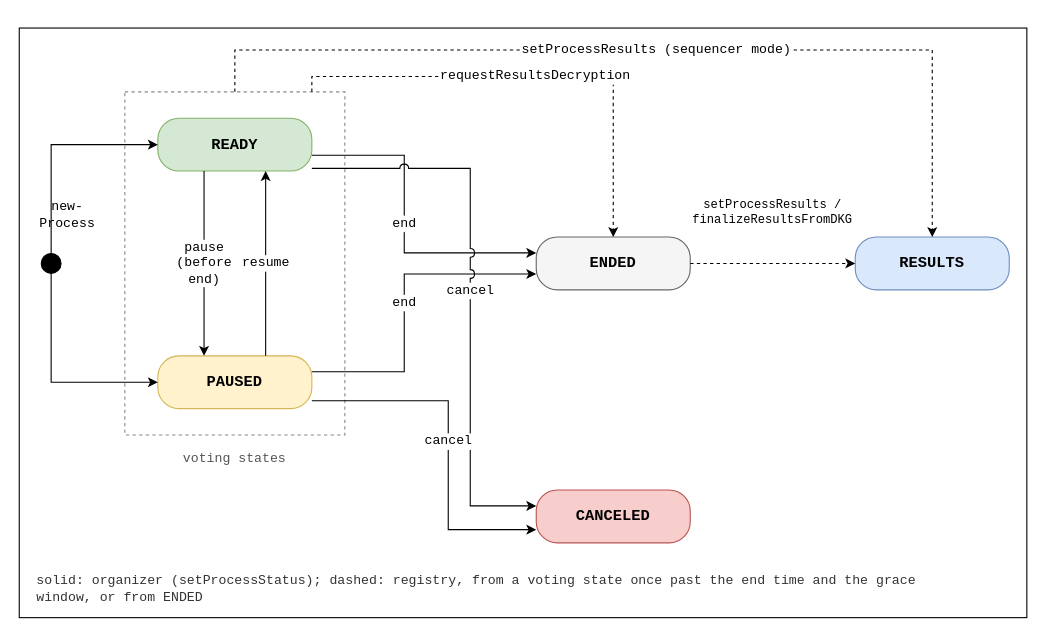
Above: v2/figures/process-status.drawio in vocdoni/davinci-paper (draw.io), before the change. Source tidied: cells renumbered, new cells numbered last; positions are measured from the earlier drawing's top-left corner, leaving out a move shared by most shapes. Both pictures are drawn from the tidied source at 110%, with x=0, y=0 at pixel (19, 28).
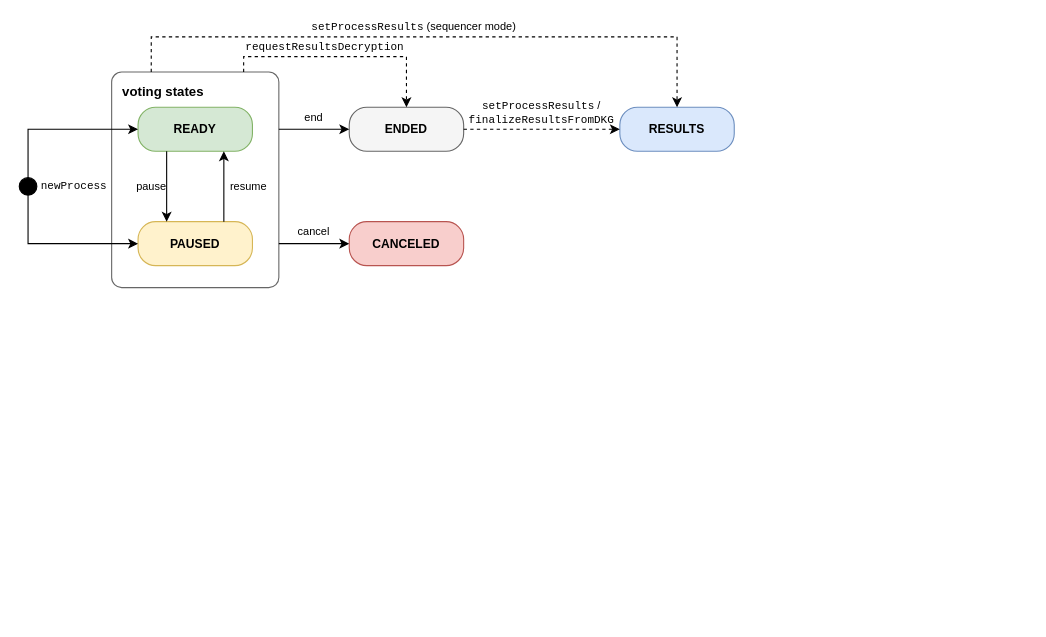
Above is the later version.

Change to the diagram source:
```diff
@@
-    <mxCell id="2" style="rounded=0;whiteSpace=wrap;html=1;fontSize=11;fillColor=none;strokeColor=#000000;fontFamily=Courier New;verticalAlign=top;align=center;spacingTop=4;spacingLeft=6;fontStyle=1;" parent="1" vertex="1">
-      <mxGeometry width="916" height="536" as="geometry" />
-    </mxCell>
-    <mxCell id="3" style="rounded=0;whiteSpace=wrap;html=1;fontSize=11;fillColor=none;strokeColor=#000000;fontFamily=Courier New;align=center;verticalAlign=middle;dashed=1;strokeColor=#888888;" parent="1" vertex="1">
-      <mxGeometry x="96" y="58" width="200" height="312" as="geometry" />
+    <mxCell id="3" value="voting states" style="rounded=1;arcSize=6;whiteSpace=wrap;html=1;fontSize=12;fillColor=none;strokeColor=#666666;fontFamily=Helvetica;verticalAlign=top;align=left;spacingTop=4;spacingLeft=8;fontStyle=1;" parent="1" vertex="1">
+      <mxGeometry x="84" y="40" width="152" height="196" as="geometry" />
     </mxCell>
-    <mxCell id="4" value="voting states" style="text;html=1;whiteSpace=wrap;fontSize=12;fontFamily=Courier New;align=center;verticalAlign=middle;fontColor=#555555;" parent="1" vertex="1">
-      <mxGeometry x="96" y="372" width="200" height="40" as="geometry" />
+    <mxCell id="4" value="&lt;b&gt;READY&lt;/b&gt;" style="rounded=1;whiteSpace=wrap;html=1;fontSize=11;fillColor=#d5e8d4;strokeColor=#82b366;strokeWidth=1;fontFamily=Helvetica;align=center;verticalAlign=middle;spacingLeft=6;spacingRight=6;spacingTop=2;spacingBottom=2;arcSize=40;" parent="1" vertex="1">
+      <mxGeometry x="108" y="72" width="104" height="40" as="geometry" />
     </mxCell>
-    <mxCell id="5" style="ellipse;fillColor=#000000;strokeColor=#000000;html=1;" parent="1" vertex="1">
-      <mxGeometry x="20" y="205" width="18" height="18" as="geometry" />
+    <mxCell id="5" value="&lt;b&gt;PAUSED&lt;/b&gt;" style="rounded=1;whiteSpace=wrap;html=1;fontSize=11;fillColor=#fff2cc;strokeColor=#d6b656;strokeWidth=1;fontFamily=Helvetica;align=center;verticalAlign=middle;spacingLeft=6;spacingRight=6;spacingTop=2;spacingBottom=2;arcSize=40;" parent="1" vertex="1">
+      <mxGeometry x="108" y="176" width="104" height="40" as="geometry" />
     </mxCell>
-    <mxCell id="6" value="&lt;b&gt;READY&lt;/b&gt;" style="rounded=1;whiteSpace=wrap;html=1;fontSize=14;fillColor=#d5e8d4;strokeColor=#82b366;fontFamily=Courier New;align=center;verticalAlign=middle;arcSize=40;" parent="1" vertex="1">
-      <mxGeometry x="126" y="82" width="140" height="48" as="geometry" />
+    <mxCell id="6" value="&lt;b&gt;ENDED&lt;/b&gt;" style="rounded=1;whiteSpace=wrap;html=1;fontSize=11;fillColor=#f5f5f5;strokeColor=#666666;strokeWidth=1;fontFamily=Helvetica;align=center;verticalAlign=middle;spacingLeft=6;spacingRight=6;spacingTop=2;spacingBottom=2;arcSize=40;" parent="1" vertex="1">
+      <mxGeometry x="300" y="72" width="104" height="40" as="geometry" />
     </mxCell>
-    <mxCell id="7" value="&lt;b&gt;PAUSED&lt;/b&gt;" style="rounded=1;whiteSpace=wrap;html=1;fontSize=14;fillColor=#fff2cc;strokeColor=#d6b656;fontFamily=Courier New;align=center;verticalAlign=middle;arcSize=40;" parent="1" vertex="1">
-      <mxGeometry x="126" y="298" width="140" height="48" as="geometry" />
+    <mxCell id="7" value="&lt;b&gt;CANCELED&lt;/b&gt;" style="rounded=1;whiteSpace=wrap;html=1;fontSize=11;fillColor=#f8cecc;strokeColor=#b85450;strokeWidth=1;fontFamily=Helvetica;align=center;verticalAlign=middle;spacingLeft=6;spacingRight=6;spacingTop=2;spacingBottom=2;arcSize=40;" parent="1" vertex="1">
+      <mxGeometry x="300" y="176" width="104" height="40" as="geometry" />
     </mxCell>
-    <mxCell id="8" value="&lt;b&gt;ENDED&lt;/b&gt;" style="rounded=1;whiteSpace=wrap;html=1;fontSize=14;fillColor=#f5f5f5;strokeColor=#666666;fontFamily=Courier New;align=center;verticalAlign=middle;arcSize=40;" parent="1" vertex="1">
-      <mxGeometry x="470" y="190" width="140" height="48" as="geometry" />
+    <mxCell id="8" value="&lt;b&gt;RESULTS&lt;/b&gt;" style="rounded=1;whiteSpace=wrap;html=1;fontSize=11;fillColor=#dae8fc;strokeColor=#6c8ebf;strokeWidth=1;fontFamily=Helvetica;align=center;verticalAlign=middle;spacingLeft=6;spacingRight=6;spacingTop=2;spacingBottom=2;arcSize=40;" parent="1" vertex="1">
+      <mxGeometry x="546" y="72" width="104" height="40" as="geometry" />
     </mxCell>
-    <mxCell id="9" value="&lt;b&gt;CANCELED&lt;/b&gt;" style="rounded=1;whiteSpace=wrap;html=1;fontSize=14;fillColor=#f8cecc;strokeColor=#b85450;fontFamily=Courier New;align=center;verticalAlign=middle;arcSize=40;" parent="1" vertex="1">
-      <mxGeometry x="470" y="420" width="140" height="48" as="geometry" />
+    <mxCell id="9" style="ellipse;fillColor=#000000;strokeColor=#000000;html=1;" parent="1" vertex="1">
+      <mxGeometry y="136" width="16" height="16" as="geometry" />
     </mxCell>
-    <mxCell id="10" value="&lt;b&gt;RESULTS&lt;/b&gt;" style="rounded=1;whiteSpace=wrap;html=1;fontSize=14;fillColor=#dae8fc;strokeColor=#6c8ebf;fontFamily=Courier New;align=center;verticalAlign=middle;arcSize=40;" parent="1" vertex="1">
-      <mxGeometry x="760" y="190" width="140" height="48" as="geometry" />
+    <mxCell id="10" style="edgeStyle=orthogonalEdgeStyle;rounded=0;html=1;endArrow=classic;startArrow=none;endSize=6;startSize=6;fontSize=10;fontFamily=Helvetica;strokeColor=#000000;strokeWidth=1;labelBackgroundColor=#ffffff;exitX=0.5;exitY=0;exitDx=0;exitDy=0;entryX=0;entryY=0.5;entryDx=0;entryDy=0;" parent="1" edge="1" source="9" target="4">
+      <mxGeometry relative="1" as="geometry">
+        <Array as="points">
+          <mxPoint x="8" y="92" />
+        </Array>
+      </mxGeometry>
     </mxCell>
-    <mxCell id="11" style="edgeStyle=orthogonalEdgeStyle;rounded=0;html=1;endArrow=classic;startArrow=none;endSize=6;startSize=6;fontSize=12;fontFamily=Courier New;strokeColor=#000000;strokeWidth=1;labelBackgroundColor=#ffffff;exitX=0.5;exitY=0;exitDx=0;exitDy=0;entryX=0;entryY=0.5;entryDx=0;entryDy=0;" parent="1" edge="1" source="5" target="6">
+    <mxCell id="11" style="edgeStyle=orthogonalEdgeStyle;rounded=0;html=1;endArrow=classic;startArrow=none;endSize=6;startSize=6;fontSize=10;fontFamily=Helvetica;strokeColor=#000000;strokeWidth=1;labelBackgroundColor=#ffffff;exitX=0.5;exitY=1;exitDx=0;exitDy=0;entryX=0;entryY=0.5;entryDx=0;entryDy=0;" parent="1" edge="1" source="9" target="5">
       <mxGeometry relative="1" as="geometry">
         <Array as="points">
-          <mxPoint x="29" y="106" />
+          <mxPoint x="8" y="196" />
         </Array>
       </mxGeometry>
     </mxCell>
-    <mxCell id="12" style="edgeStyle=orthogonalEdgeStyle;rounded=0;html=1;endArrow=classic;startArrow=none;endSize=6;startSize=6;fontSize=12;fontFamily=Courier New;strokeColor=#000000;strokeWidth=1;labelBackgroundColor=#ffffff;exitX=0.5;exitY=1;exitDx=0;exitDy=0;entryX=0;entryY=0.5;entryDx=0;entryDy=0;" parent="1" edge="1" source="5" target="7">
-      <mxGeometry relative="1" as="geometry">
-        <Array as="points">
-          <mxPoint x="29" y="322" />
-        </Array>
-      </mxGeometry>
+    <mxCell id="12" value="&lt;font face=&quot;Courier New&quot;&gt;newProcess&lt;/font&gt;" style="text;html=1;whiteSpace=wrap;fontSize=10;fontFamily=Helvetica;align=left;verticalAlign=middle;fontColor=#000000;spacing=0;" parent="1" vertex="1">
+      <mxGeometry x="20" y="137" width="60" height="14" as="geometry" />
     </mxCell>
-    <mxCell id="13" value="new-&lt;br&gt;Process" style="text;html=1;whiteSpace=wrap;fontSize=12;fontFamily=Courier New;align=center;verticalAlign=middle;fontColor=#000000;" parent="1" vertex="1">
-      <mxGeometry x="4" y="150" width="80" height="40" as="geometry" />
+    <mxCell id="13" style="edgeStyle=orthogonalEdgeStyle;rounded=0;html=1;endArrow=classic;startArrow=none;endSize=6;startSize=6;fontSize=10;fontFamily=Helvetica;strokeColor=#000000;strokeWidth=1;labelBackgroundColor=#ffffff;exitX=0.25;exitY=1;exitDx=0;exitDy=0;entryX=0.25;entryY=0;entryDx=0;entryDy=0;" parent="1" edge="1" source="4" target="5">
+      <mxGeometry relative="1" as="geometry" />
     </mxCell>
-    <mxCell id="14" value="pause&lt;br&gt;(before&lt;br&gt;end)" style="edgeStyle=orthogonalEdgeStyle;rounded=0;html=1;endArrow=classic;startArrow=none;endSize=6;startSize=6;fontSize=12;fontFamily=Courier New;strokeColor=#000000;strokeWidth=1;labelBackgroundColor=#ffffff;exitX=0.3;exitY=1;exitDx=0;exitDy=0;entryX=0.3;entryY=0;entryDx=0;entryDy=0;" parent="1" edge="1" source="6" target="7">
-      <mxGeometry relative="1" as="geometry" />
+    <mxCell id="14" value="pause" style="text;html=1;whiteSpace=wrap;fontSize=10;fontFamily=Helvetica;align=right;verticalAlign=middle;fontColor=#000000;spacing=0;" parent="1" vertex="1">
+      <mxGeometry x="84" y="137" width="50" height="14" as="geometry" />
     </mxCell>
-    <mxCell id="15" value="resume" style="edgeStyle=orthogonalEdgeStyle;rounded=0;html=1;endArrow=classic;startArrow=none;endSize=6;startSize=6;fontSize=12;fontFamily=Courier New;strokeColor=#000000;strokeWidth=1;labelBackgroundColor=#ffffff;exitX=0.7;exitY=0;exitDx=0;exitDy=0;entryX=0.7;entryY=1;entryDx=0;entryDy=0;" parent="1" edge="1" source="7" target="6">
+    <mxCell id="15" style="edgeStyle=orthogonalEdgeStyle;rounded=0;html=1;endArrow=classic;startArrow=none;endSize=6;startSize=6;fontSize=10;fontFamily=Helvetica;strokeColor=#000000;strokeWidth=1;labelBackgroundColor=#ffffff;exitX=0.75;exitY=0;exitDx=0;exitDy=0;entryX=0.75;entryY=1;entryDx=0;entryDy=0;" parent="1" edge="1" source="5" target="4">
       <mxGeometry relative="1" as="geometry" />
     </mxCell>
-    <mxCell id="16" value="end" style="edgeStyle=orthogonalEdgeStyle;rounded=0;html=1;endArrow=classic;startArrow=none;endSize=6;startSize=6;fontSize=12;fontFamily=Courier New;strokeColor=#000000;strokeWidth=1;labelBackgroundColor=#ffffff;exitX=1;exitY=0.7;exitDx=0;exitDy=0;entryX=0;entryY=0.3;entryDx=0;entryDy=0;jumpStyle=arc;jumpSize=8;" parent="1" edge="1" source="6" target="8">
-      <mxGeometry relative="1" as="geometry">
-        <Array as="points">
-          <mxPoint x="350" y="116" />
-          <mxPoint x="350" y="204" />
-        </Array>
-      </mxGeometry>
+    <mxCell id="16" value="resume" style="text;html=1;whiteSpace=wrap;fontSize=10;fontFamily=Helvetica;align=left;verticalAlign=middle;fontColor=#000000;spacing=0;" parent="1" vertex="1">
+      <mxGeometry x="192" y="137" width="44" height="14" as="geometry" />
     </mxCell>
-    <mxCell id="17" value="end" style="edgeStyle=orthogonalEdgeStyle;rounded=0;html=1;endArrow=classic;startArrow=none;endSize=6;startSize=6;fontSize=12;fontFamily=Courier New;strokeColor=#000000;strokeWidth=1;labelBackgroundColor=#ffffff;exitX=1;exitY=0.3;exitDx=0;exitDy=0;entryX=0;entryY=0.7;entryDx=0;entryDy=0;jumpStyle=arc;jumpSize=8;" parent="1" edge="1" source="7" target="8">
-      <mxGeometry relative="1" as="geometry">
-        <Array as="points">
-          <mxPoint x="350" y="312" />
-          <mxPoint x="350" y="224" />
-        </Array>
-      </mxGeometry>
+    <mxCell id="17" style="edgeStyle=orthogonalEdgeStyle;rounded=0;html=1;endArrow=classic;startArrow=none;endSize=6;startSize=6;fontSize=10;fontFamily=Helvetica;strokeColor=#000000;strokeWidth=1;labelBackgroundColor=#ffffff;exitX=1;exitY=0.2653;exitDx=0;exitDy=0;entryX=0;entryY=0.5;entryDx=0;entryDy=0;" parent="1" edge="1" source="3" target="6">
+      <mxGeometry relative="1" as="geometry" />
     </mxCell>
-    <mxCell id="18" value="cancel" style="edgeStyle=orthogonalEdgeStyle;rounded=0;html=1;endArrow=classic;startArrow=none;endSize=6;startSize=6;fontSize=12;fontFamily=Courier New;strokeColor=#000000;strokeWidth=1;labelBackgroundColor=#ffffff;exitX=1;exitY=0.95;exitDx=0;exitDy=0;entryX=0;entryY=0.3;entryDx=0;entryDy=0;jumpStyle=arc;jumpSize=8;" parent="1" edge="1" source="6" target="9">
-      <mxGeometry relative="1" as="geometry">
-        <Array as="points">
-          <mxPoint x="410" y="128" />
-          <mxPoint x="410" y="434" />
-        </Array>
-      </mxGeometry>
+    <mxCell id="18" value="end" style="text;html=1;whiteSpace=wrap;fontSize=10;fontFamily=Helvetica;align=center;verticalAlign=middle;fontColor=#000000;spacing=0;" parent="1" vertex="1">
+      <mxGeometry x="236" y="74" width="64" height="14" as="geometry" />
     </mxCell>
-    <mxCell id="19" value="cancel" style="edgeStyle=orthogonalEdgeStyle;rounded=0;html=1;endArrow=classic;startArrow=none;endSize=6;startSize=6;fontSize=12;fontFamily=Courier New;strokeColor=#000000;strokeWidth=1;labelBackgroundColor=#ffffff;exitX=1;exitY=0.85;exitDx=0;exitDy=0;entryX=0;entryY=0.75;entryDx=0;entryDy=0;jumpStyle=arc;jumpSize=8;" parent="1" edge="1" source="7" target="9">
-      <mxGeometry relative="1" as="geometry">
-        <Array as="points">
-          <mxPoint x="390" y="339" />
-          <mxPoint x="390" y="456" />
-        </Array>
-      </mxGeometry>
+    <mxCell id="19" style="edgeStyle=orthogonalEdgeStyle;rounded=0;html=1;endArrow=classic;startArrow=none;endSize=6;startSize=6;fontSize=10;fontFamily=Helvetica;strokeColor=#000000;strokeWidth=1;labelBackgroundColor=#ffffff;exitX=1;exitY=0.7959;exitDx=0;exitDy=0;entryX=0;entryY=0.5;entryDx=0;entryDy=0;" parent="1" edge="1" source="3" target="7">
+      <mxGeometry relative="1" as="geometry" />
     </mxCell>
-    <mxCell id="20" style="edgeStyle=orthogonalEdgeStyle;rounded=0;html=1;endArrow=classic;startArrow=none;endSize=6;startSize=6;fontSize=10;fontFamily=Courier New;strokeColor=#000000;strokeWidth=1;dashed=1;labelBackgroundColor=#ffffff;" parent="1" edge="1" source="8" target="10">
-      <mxGeometry relative="1" as="geometry" />
+    <mxCell id="20" value="cancel" style="text;html=1;whiteSpace=wrap;fontSize=10;fontFamily=Helvetica;align=center;verticalAlign=middle;fontColor=#000000;spacing=0;" parent="1" vertex="1">
+      <mxGeometry x="236" y="178" width="64" height="14" as="geometry" />
     </mxCell>
-    <mxCell id="21" value="setProcessResults /&lt;br&gt;finalizeResultsFromDKG" style="text;html=1;whiteSpace=wrap;fontSize=11;fontFamily=Courier New;align=center;verticalAlign=middle;fontColor=#000000;" parent="1" vertex="1">
-      <mxGeometry x="600" y="150" width="170" height="36" as="geometry" />
+    <mxCell id="21" style="edgeStyle=orthogonalEdgeStyle;rounded=0;html=1;endArrow=classic;startArrow=none;endSize=6;startSize=6;fontSize=10;fontFamily=Helvetica;strokeColor=#000000;strokeWidth=1;dashed=1;labelBackgroundColor=#ffffff;" parent="1" edge="1" source="6" target="8">
+      <mxGeometry relative="1" as="geometry" />
     </mxCell>
-    <mxCell id="22" value="setProcessResults (sequencer mode)" style="edgeStyle=orthogonalEdgeStyle;rounded=0;html=1;endArrow=classic;startArrow=none;endSize=6;startSize=6;fontSize=12;fontFamily=Courier New;strokeColor=#000000;strokeWidth=1;dashed=1;labelBackgroundColor=#ffffff;exitX=0.5;exitY=0;exitDx=0;exitDy=0;entryX=0.5;entryY=0;entryDx=0;entryDy=0;" parent="1" edge="1" source="3" target="10">
-      <mxGeometry relative="1" as="geometry">
-        <Array as="points">
-          <mxPoint x="196" y="20" />
-          <mxPoint x="830" y="20" />
-        </Array>
-      </mxGeometry>
+    <mxCell id="22" value="&lt;font face=&quot;Courier New&quot;&gt;setProcessResults&lt;/font&gt; /&lt;br&gt;&lt;font face=&quot;Courier New&quot;&gt;finalizeResultsFromDKG&lt;/font&gt;" style="text;html=1;whiteSpace=wrap;fontSize=10;fontFamily=Helvetica;align=center;verticalAlign=middle;fontColor=#000000;spacing=0;" parent="1" vertex="1">
+      <mxGeometry x="404" y="64" width="142" height="26" as="geometry" />
     </mxCell>
-    <mxCell id="23" value="requestResultsDecryption" style="edgeStyle=orthogonalEdgeStyle;rounded=0;html=1;endArrow=classic;startArrow=none;endSize=6;startSize=6;fontSize=12;fontFamily=Courier New;strokeColor=#000000;strokeWidth=1;dashed=1;labelBackgroundColor=#ffffff;exitX=0.85;exitY=0;exitDx=0;exitDy=0;entryX=0.5;entryY=0;entryDx=0;entryDy=0;" parent="1" edge="1" source="3" target="8">
+    <mxCell id="23" style="edgeStyle=orthogonalEdgeStyle;rounded=0;html=1;endArrow=classic;startArrow=none;endSize=6;startSize=6;fontSize=10;fontFamily=Helvetica;strokeColor=#000000;strokeWidth=1;dashed=1;labelBackgroundColor=#ffffff;exitX=0.2368;exitY=0;exitDx=0;exitDy=0;entryX=0.5;entryY=0;entryDx=0;entryDy=0;" parent="1" edge="1" source="3" target="8">
       <mxGeometry relative="1" as="geometry">
         <Array as="points">
-          <mxPoint x="266" y="44" />
-          <mxPoint x="540" y="44" />
+          <mxPoint x="120" y="8" />
+          <mxPoint x="598" y="8" />
         </Array>
       </mxGeometry>
     </mxCell>
-    <mxCell id="24" value="solid: organizer (setProcessStatus); dashed: registry, from a voting state once past the end time and the grace window, or from ENDED" style="text;html=1;whiteSpace=wrap;fontSize=12;fontFamily=Courier New;align=left;verticalAlign=middle;fontColor=#333333;" parent="1" vertex="1">
-      <mxGeometry x="14" y="490" width="840" height="40" as="geometry" />
+    <mxCell id="24" value="&lt;font face=&quot;Courier New&quot;&gt;setProcessResults&lt;/font&gt; (sequencer mode)" style="text;html=1;whiteSpace=wrap;fontSize=10;fontFamily=Helvetica;align=center;verticalAlign=middle;fontColor=#000000;spacing=0;" parent="1" vertex="1">
+      <mxGeometry x="120" y="-8" width="478" height="14" as="geometry" />
     </mxCell>
+    <mxCell id="2" style="edgeStyle=orthogonalEdgeStyle;rounded=0;html=1;endArrow=classic;startArrow=none;endSize=6;startSize=6;fontSize=10;fontFamily=Helvetica;strokeColor=#000000;strokeWidth=1;dashed=1;labelBackgroundColor=#ffffff;exitX=0.7895;exitY=0;exitDx=0;exitDy=0;entryX=0.5;entryY=0;entryDx=0;entryDy=0;" parent="1" edge="1" source="3" target="6">
+      <mxGeometry relative="1" as="geometry">
+        <Array as="points">
+          <mxPoint x="204" y="26" />
+          <mxPoint x="352" y="26" />
+        </Array>
+      </mxGeometry>
+    </mxCell>
+    <mxCell id="25" value="&lt;font face=&quot;Courier New&quot;&gt;requestResultsDecryption&lt;/font&gt;" style="text;html=1;whiteSpace=wrap;fontSize=10;fontFamily=Helvetica;align=center;verticalAlign=middle;fontColor=#000000;spacing=0;" parent="1" vertex="1">
+      <mxGeometry x="204" y="10" width="148" height="14" as="geometry" />
+    </mxCell>
```
